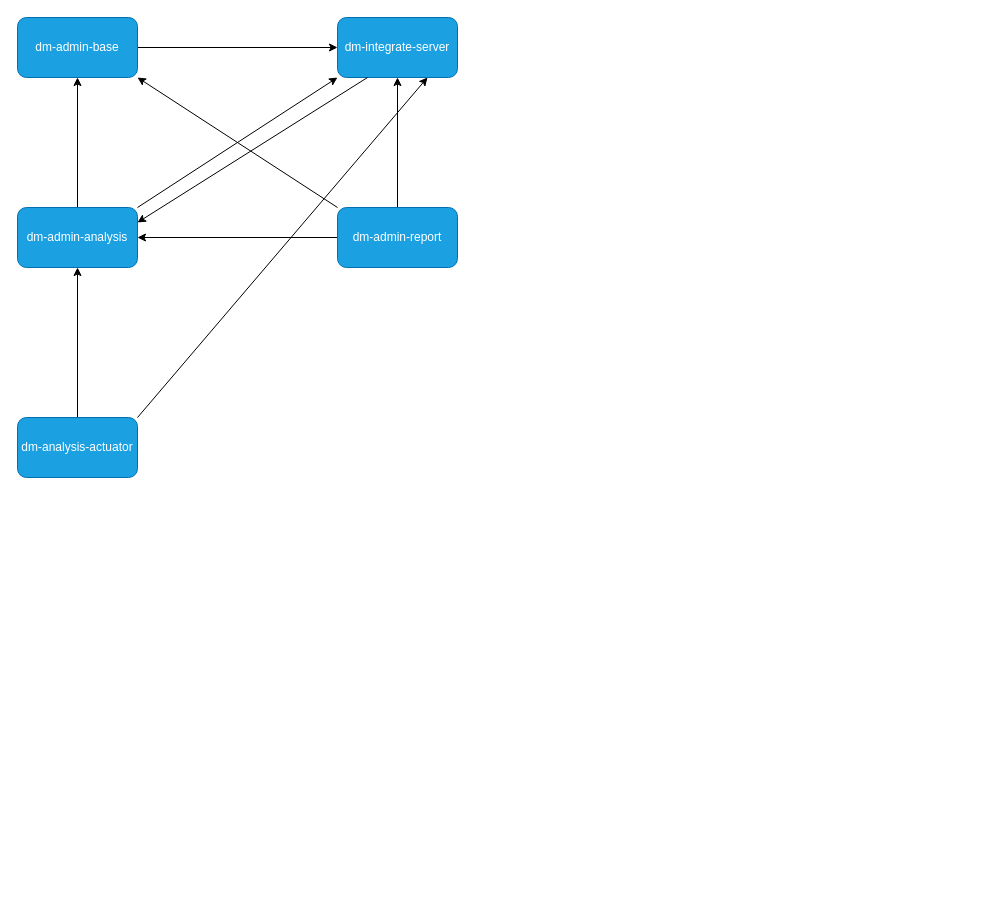
DramaChen/process_diagram keeps this draw.io diagram as 麦哲伦服务网络.drawio. Above is the earlier version. Source tidied: cells renumbered, new cells numbered last; positions are measured from the earlier drawing's top-left corner, leaving out a move shared by most shapes. Both pictures are drawn from the tidied source at 100%, with x=0, y=0 at pixel (17, 17).
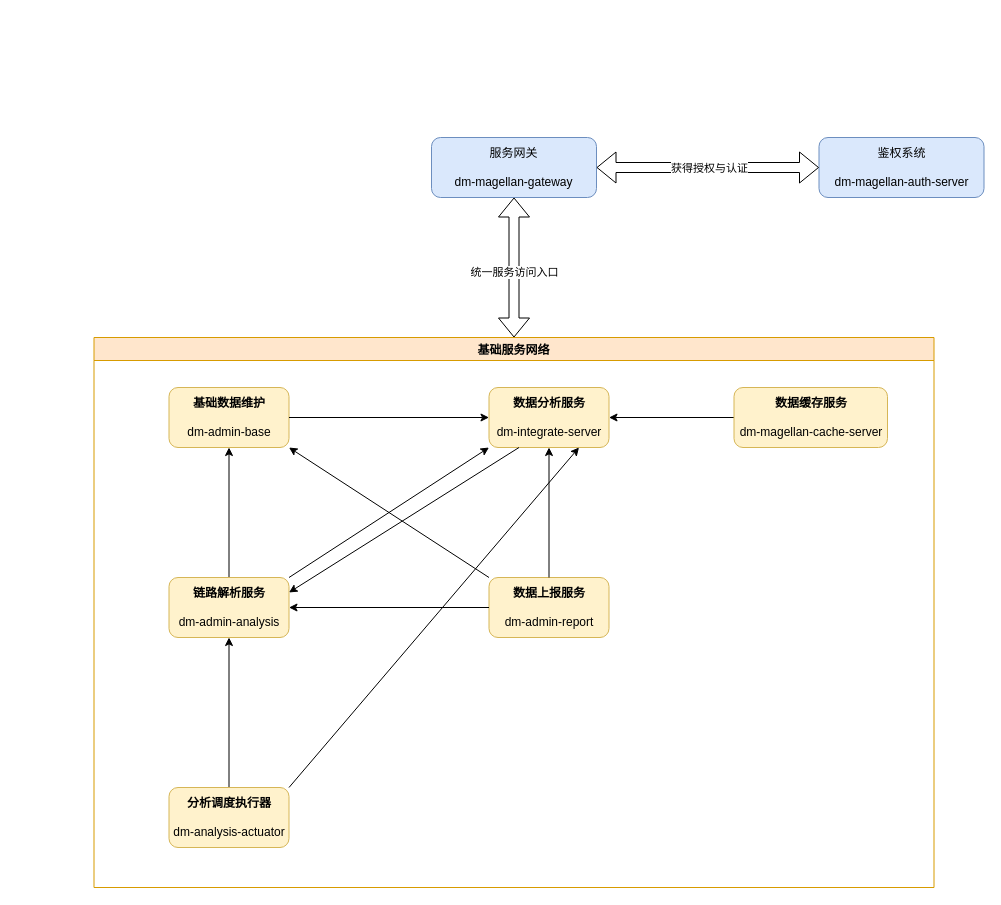
The same page after the edit.

Commit message (it also covers changes not shown here):
Update 麦哲伦服务网络.drawio

Change to the diagram source:
```diff
@@
-    <mxCell id="2" style="edgeStyle=orthogonalEdgeStyle;rounded=0;jettySize=auto;html=1;exitX=0;exitY=0.5;exitDx=0;exitDy=0;entryX=1;entryY=0.5;entryDx=0;entryDy=0;" parent="1" edge="1" source="4" target="8">
-      <mxGeometry relative="1" as="geometry" />
-    </mxCell>
-    <mxCell id="3" style="edgeStyle=orthogonalEdgeStyle;rounded=0;jettySize=auto;html=1;exitX=0.5;exitY=0;exitDx=0;exitDy=0;entryX=0.5;entryY=1;entryDx=0;entryDy=0;" parent="1" edge="1" source="4" target="9">
-      <mxGeometry relative="1" as="geometry" />
-    </mxCell>
+    <mxCell id="16" value="基础服务网络" style="swimlane;fillColor=#ffe6cc;strokeColor=#d79b00;" parent="1" vertex="1">
+      <mxGeometry x="76.5" y="320" width="840" height="550" as="geometry" />
+    </mxCell>
-    <mxCell id="4" value="dm-admin-report" style="rounded=1;whiteSpace=wrap;html=1;fillColor=#1ba1e2;strokeColor=#006EAF;fontColor=#ffffff;" parent="1" vertex="1">
-      <mxGeometry x="320" y="190" width="120" height="60" as="geometry" />
+    <mxCell id="4" value="&lt;b&gt;数据上报服务&lt;/b&gt;&lt;br&gt;&lt;br&gt;dm-admin-report" style="rounded=1;whiteSpace=wrap;html=1;fillColor=#fff2cc;strokeColor=#d6b656;" parent="16" vertex="1">
+      <mxGeometry x="395" y="240" width="120" height="60" as="geometry" />
     </mxCell>
-    <mxCell id="5" style="edgeStyle=orthogonalEdgeStyle;rounded=0;jettySize=auto;html=1;exitX=1;exitY=0.5;exitDx=0;exitDy=0;entryX=0;entryY=0.5;entryDx=0;entryDy=0;" parent="1" edge="1" source="6" target="9">
-      <mxGeometry relative="1" as="geometry" />
-    </mxCell>
-    <mxCell id="6" value="dm-admin-base" style="rounded=1;whiteSpace=wrap;html=1;fillColor=#1ba1e2;strokeColor=#006EAF;fontColor=#ffffff;" parent="1" vertex="1">
-      <mxGeometry width="120" height="60" as="geometry" />
+    <mxCell id="6" value="&lt;b&gt;基础数据维护&lt;/b&gt;&lt;br&gt;&lt;br&gt;dm-admin-base" style="rounded=1;whiteSpace=wrap;html=1;fillColor=#fff2cc;strokeColor=#d6b656;" parent="16" vertex="1">
+      <mxGeometry x="75" y="50" width="120" height="60" as="geometry" />
     </mxCell>
-    <mxCell id="7" style="edgeStyle=orthogonalEdgeStyle;rounded=0;jettySize=auto;html=1;exitX=0.5;exitY=0;exitDx=0;exitDy=0;entryX=0.5;entryY=1;entryDx=0;entryDy=0;" parent="1" edge="1" source="8" target="6">
+    <mxCell id="7" style="edgeStyle=orthogonalEdgeStyle;rounded=0;jettySize=auto;html=1;exitX=0.5;exitY=0;exitDx=0;exitDy=0;entryX=0.5;entryY=1;entryDx=0;entryDy=0;" parent="16" edge="1" source="8" target="6">
       <mxGeometry relative="1" as="geometry" />
     </mxCell>
-    <mxCell id="8" value="dm-admin-analysis" style="rounded=1;whiteSpace=wrap;html=1;fillColor=#1ba1e2;strokeColor=#006EAF;fontColor=#ffffff;" parent="1" vertex="1">
-      <mxGeometry y="190" width="120" height="60" as="geometry" />
+    <mxCell id="8" value="&lt;b&gt;链路解析服务&lt;br&gt;&lt;/b&gt;&lt;br&gt;dm-admin-analysis" style="rounded=1;whiteSpace=wrap;html=1;fillColor=#fff2cc;strokeColor=#d6b656;" parent="16" vertex="1">
+      <mxGeometry x="75" y="240" width="120" height="60" as="geometry" />
     </mxCell>
+    <mxCell id="2" style="edgeStyle=orthogonalEdgeStyle;rounded=0;jettySize=auto;html=1;exitX=0;exitY=0.5;exitDx=0;exitDy=0;entryX=1;entryY=0.5;entryDx=0;entryDy=0;" parent="16" edge="1" source="4" target="8">
+      <mxGeometry relative="1" as="geometry" />
+    </mxCell>
-    <mxCell id="9" value="dm-integrate-server" style="rounded=1;whiteSpace=wrap;html=1;fillColor=#1ba1e2;strokeColor=#006EAF;fontColor=#ffffff;" parent="1" vertex="1">
-      <mxGeometry x="320" width="120" height="60" as="geometry" />
+    <mxCell id="9" value="&lt;b&gt;数据分析服务&lt;/b&gt;&lt;br&gt;&lt;br&gt;dm-integrate-server" style="rounded=1;whiteSpace=wrap;html=1;fillColor=#fff2cc;strokeColor=#d6b656;" parent="16" vertex="1">
+      <mxGeometry x="395" y="50" width="120" height="60" as="geometry" />
     </mxCell>
-    <mxCell id="10" style="endArrow=classic;html=1;rounded=0;entryX=1;entryY=1;entryDx=0;entryDy=0;exitX=0;exitY=0;exitDx=0;exitDy=0;" parent="1" edge="1" source="4" target="6">
+    <mxCell id="10" style="endArrow=classic;html=1;rounded=0;entryX=1;entryY=1;entryDx=0;entryDy=0;exitX=0;exitY=0;exitDx=0;exitDy=0;" parent="16" edge="1" source="4" target="6">
       <mxGeometry relative="1" as="geometry" />
     </mxCell>
+    <mxCell id="3" style="edgeStyle=orthogonalEdgeStyle;rounded=0;jettySize=auto;html=1;exitX=0.5;exitY=0;exitDx=0;exitDy=0;entryX=0.5;entryY=1;entryDx=0;entryDy=0;" parent="16" edge="1" source="4" target="9">
+      <mxGeometry relative="1" as="geometry" />
+    </mxCell>
-    <mxCell id="11" style="endArrow=classic;html=1;rounded=0;entryX=0;entryY=1;entryDx=0;entryDy=0;exitX=1;exitY=0;exitDx=0;exitDy=0;" parent="1" edge="1" source="8" target="9">
+    <mxCell id="11" style="endArrow=classic;html=1;rounded=0;entryX=0;entryY=1;entryDx=0;entryDy=0;exitX=1;exitY=0;exitDx=0;exitDy=0;" parent="16" edge="1" source="8" target="9">
       <mxGeometry relative="1" as="geometry" />
     </mxCell>
+    <mxCell id="5" style="edgeStyle=orthogonalEdgeStyle;rounded=0;jettySize=auto;html=1;exitX=1;exitY=0.5;exitDx=0;exitDy=0;entryX=0;entryY=0.5;entryDx=0;entryDy=0;" parent="16" edge="1" source="6" target="9">
+      <mxGeometry relative="1" as="geometry" />
+    </mxCell>
-    <mxCell id="12" style="endArrow=classic;html=1;rounded=0;entryX=1;entryY=0.25;entryDx=0;entryDy=0;exitX=0.25;exitY=1;exitDx=0;exitDy=0;" parent="1" edge="1" source="9" target="8">
+    <mxCell id="12" style="endArrow=classic;html=1;rounded=0;entryX=1;entryY=0.25;entryDx=0;entryDy=0;exitX=0.25;exitY=1;exitDx=0;exitDy=0;" parent="16" edge="1" source="9" target="8">
       <mxGeometry relative="1" as="geometry" />
     </mxCell>
-    <mxCell id="13" style="edgeStyle=orthogonalEdgeStyle;rounded=0;jettySize=auto;html=1;exitX=0.5;exitY=0;exitDx=0;exitDy=0;entryX=0.5;entryY=1;entryDx=0;entryDy=0;" parent="1" edge="1" source="14" target="8">
+    <mxCell id="13" style="edgeStyle=orthogonalEdgeStyle;rounded=0;jettySize=auto;html=1;exitX=0.5;exitY=0;exitDx=0;exitDy=0;entryX=0.5;entryY=1;entryDx=0;entryDy=0;" parent="16" edge="1" source="14" target="8">
       <mxGeometry relative="1" as="geometry" />
     </mxCell>
-    <mxCell id="14" value="dm-analysis-actuator" style="rounded=1;whiteSpace=wrap;html=1;fillColor=#1ba1e2;strokeColor=#006EAF;fontColor=#ffffff;" parent="1" vertex="1">
-      <mxGeometry y="400" width="120" height="60" as="geometry" />
+    <mxCell id="14" value="&lt;b&gt;分析调度执行器&lt;/b&gt;&lt;br&gt;&lt;br&gt;dm-analysis-actuator" style="rounded=1;whiteSpace=wrap;html=1;fillColor=#fff2cc;strokeColor=#d6b656;" parent="16" vertex="1">
+      <mxGeometry x="75" y="450" width="120" height="60" as="geometry" />
     </mxCell>
-    <mxCell id="15" style="endArrow=classic;html=1;rounded=0;exitX=1;exitY=0;exitDx=0;exitDy=0;entryX=0.75;entryY=1;entryDx=0;entryDy=0;" parent="1" edge="1" source="14" target="9">
+    <mxCell id="15" style="endArrow=classic;html=1;rounded=0;exitX=1;exitY=0;exitDx=0;exitDy=0;entryX=0.75;entryY=1;entryDx=0;entryDy=0;" parent="16" edge="1" source="14" target="9">
       <mxGeometry relative="1" as="geometry" />
     </mxCell>
+    <mxCell id="17" style="edgeStyle=orthogonalEdgeStyle;rounded=0;jettySize=auto;html=1;exitX=0;exitY=0.5;exitDx=0;exitDy=0;entryX=1;entryY=0.5;entryDx=0;entryDy=0;" parent="16" edge="1" source="18" target="9">
+      <mxGeometry relative="1" as="geometry" />
+    </mxCell>
+    <mxCell id="18" value="&lt;b&gt;数据缓存服务&lt;/b&gt;&lt;br&gt;&lt;br&gt;dm-magellan-cache-server" style="rounded=1;whiteSpace=wrap;html=1;fillColor=#fff2cc;strokeColor=#d6b656;" parent="16" vertex="1">
+      <mxGeometry x="640" y="50" width="153.5" height="60" as="geometry" />
+    </mxCell>
+    <mxCell id="19" value="服务网关&lt;br&gt;&lt;br&gt;dm-magellan-gateway" style="rounded=1;whiteSpace=wrap;html=1;fillColor=#dae8fc;strokeColor=#6c8ebf;" parent="1" vertex="1">
+      <mxGeometry x="414" y="120" width="165" height="60" as="geometry" />
+    </mxCell>
+    <mxCell id="20" style="shape=flexArrow;endArrow=classic;startArrow=classic;html=1;rounded=0;entryX=0.5;entryY=1;entryDx=0;entryDy=0;exitX=0.5;exitY=0;exitDx=0;exitDy=0;" parent="1" edge="1" source="16" target="19">
+      <mxGeometry relative="1" as="geometry" />
+    </mxCell>
+    <mxCell id="21" value="统一服务访问入口" style="edgeLabel;html=1;align=center;verticalAlign=middle;" parent="20" vertex="1">
+      <mxGeometry x="0.18" y="-2" relative="1" as="geometry">
+        <mxPoint x="-2" y="17" as="offset" />
+      </mxGeometry>
+    </mxCell>
+    <mxCell id="22" value="鉴权系统&lt;br&gt;&lt;br&gt;dm-magellan-auth-server" style="rounded=1;whiteSpace=wrap;html=1;fillColor=#dae8fc;strokeColor=#6c8ebf;" parent="1" vertex="1">
+      <mxGeometry x="801.5" y="120" width="165" height="60" as="geometry" />
+    </mxCell>
+    <mxCell id="23" style="shape=flexArrow;endArrow=classic;startArrow=classic;html=1;rounded=0;exitX=1;exitY=0.5;exitDx=0;exitDy=0;entryX=0;entryY=0.5;entryDx=0;entryDy=0;" parent="1" edge="1" source="19" target="22">
+      <mxGeometry relative="1" as="geometry" />
+    </mxCell>
+    <mxCell id="24" value="获得授权与认证" style="edgeLabel;html=1;align=center;verticalAlign=middle;" parent="23" vertex="1">
+      <mxGeometry x="0.28" y="3" relative="1" as="geometry">
+        <mxPoint x="-30" y="3" as="offset" />
+      </mxGeometry>
+    </mxCell>
```
